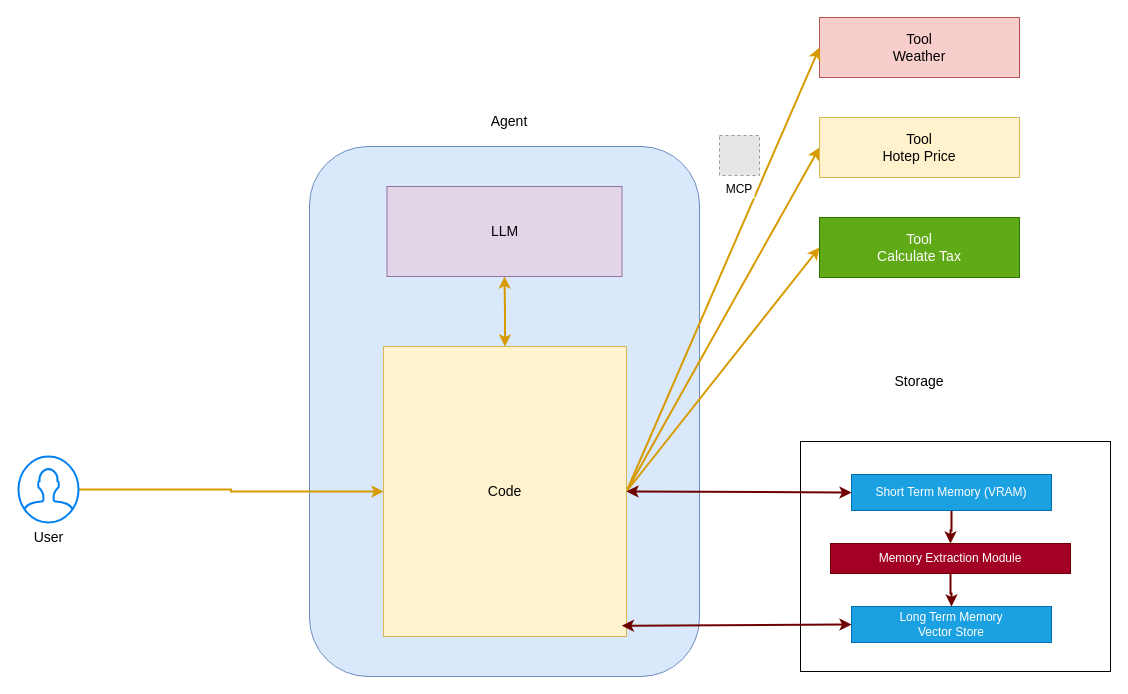
The draw.io diagram page "Page-3" (3 of 3) of Diagram.drawio in vinodrajs001/diagrams, before the edit. Source tidied: cells renumbered, new cells numbered last; positions are measured from the earlier drawing's top-left corner, leaving out a move shared by most shapes. Both pictures are drawn from the tidied source at 100%, with x=0, y=0 at pixel (18, 17). Pictures stored in the file or linked from it are replaced by grey dashed boxes.
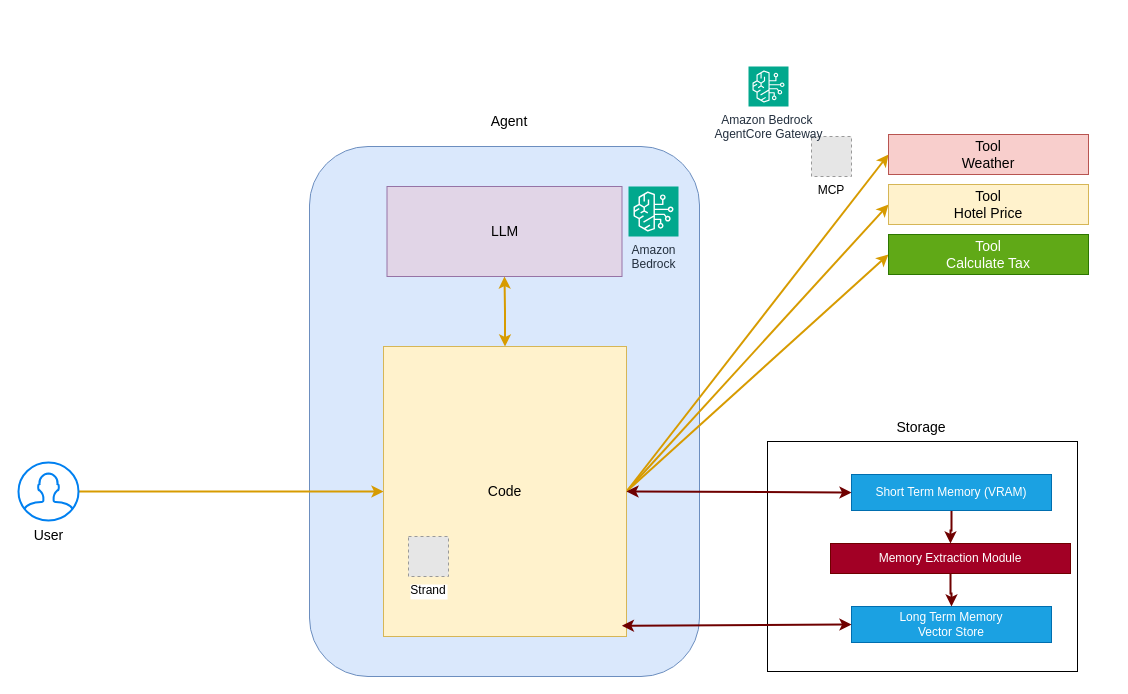
The same page after the edit.

What changed in the source:
```diff
@@
     <mxCell id="2" style="rounded=0;whiteSpace=wrap;html=1;" parent="1" vertex="1">
-      <mxGeometry x="782" y="424" width="310" height="230" as="geometry" />
+      <mxGeometry x="749" y="424" width="310" height="230" as="geometry" />
     </mxCell>
@@
     <mxCell id="7" value="User" style="html=1;verticalLabelPosition=bottom;align=center;labelBackgroundColor=#ffffff;verticalAlign=top;strokeWidth=2;strokeColor=#0080F0;shadow=0;dashed=0;shape=mxgraph.ios7.icons.user;fontSize=14;" parent="1" vertex="1">
-      <mxGeometry y="439" width="60" height="66" as="geometry" />
+      <mxGeometry y="445" width="60" height="58" as="geometry" />
     </mxCell>
     <mxCell id="8" value="Tool&lt;div&gt;Weather&lt;/div&gt;" style="rounded=0;whiteSpace=wrap;html=1;fillColor=#f8cecc;strokeColor=#b85450;fontSize=14;" parent="1" vertex="1">
-      <mxGeometry x="801" width="200" height="60" as="geometry" />
+      <mxGeometry x="870" y="117" width="200" height="40" as="geometry" />
     </mxCell>
@@
-    <mxCell id="14" value="Tool&lt;div&gt;Hotep Price&lt;/div&gt;" style="rounded=0;whiteSpace=wrap;html=1;fillColor=#fff2cc;strokeColor=#d6b656;fontSize=14;" parent="1" vertex="1">
-      <mxGeometry x="801" y="100" width="200" height="60" as="geometry" />
+    <mxCell id="14" value="Tool&lt;div&gt;Hotel Price&lt;/div&gt;" style="rounded=0;whiteSpace=wrap;html=1;fillColor=#fff2cc;strokeColor=#d6b656;fontSize=14;" parent="1" vertex="1">
+      <mxGeometry x="870" y="167" width="200" height="40" as="geometry" />
     </mxCell>
     <mxCell id="15" value="Tool&lt;div&gt;Calculate Tax&lt;/div&gt;" style="rounded=0;whiteSpace=wrap;html=1;fillColor=#60a917;strokeColor=#2D7600;fontSize=14;fontColor=#ffffff;" parent="1" vertex="1">
-      <mxGeometry x="801" y="200" width="200" height="60" as="geometry" />
+      <mxGeometry x="870" y="217" width="200" height="40" as="geometry" />
     </mxCell>
     <mxCell id="16" value="MCP" style="fillColor=#E6E6E6;strokeColor=#999999;dashed=1;verticalLabelPosition=bottom;labelBackgroundColor=default;verticalAlign=top;" parent="1" vertex="1">
-      <mxGeometry x="701" y="118" width="40" height="40" as="geometry" />
+      <mxGeometry x="793" y="119" width="40" height="40" as="geometry" />
     </mxCell>
@@
     <mxCell id="24" value="Storage" style="text;html=1;whiteSpace=wrap;strokeColor=none;fillColor=none;align=center;verticalAlign=middle;rounded=0;fontSize=14;" parent="1" vertex="1">
-      <mxGeometry x="871" y="349" width="60" height="30" as="geometry" />
+      <mxGeometry x="873" y="395" width="60" height="30" as="geometry" />
     </mxCell>
+    <mxCell id="25" value="Amazon&lt;div&gt;Bedrock&lt;/div&gt;" style="sketch=0;fontColor=#232F3E;fillColor=#01A88D;strokeColor=#ffffff;dashed=0;verticalLabelPosition=bottom;verticalAlign=top;align=center;html=1;fontSize=12;fontStyle=0;shape=mxgraph.aws4.resourceIcon;resIcon=mxgraph.aws4.bedrock;" parent="1" vertex="1">
+      <mxGeometry x="610" y="169" width="50" height="50" as="geometry" />
+    </mxCell>
+    <mxCell id="26" value="Strand" style="fillColor=#E6E6E6;strokeColor=#999999;dashed=1;verticalLabelPosition=bottom;labelBackgroundColor=default;verticalAlign=top;" parent="1" vertex="1">
+      <mxGeometry x="390" y="519" width="40" height="40" as="geometry" />
+    </mxCell>
+    <mxCell id="27" value="Amazon Bedrock&amp;nbsp;&lt;div&gt;AgentCore Gateway&lt;/div&gt;" style="sketch=0;fontColor=#232F3E;fillColor=#01A88D;strokeColor=#ffffff;dashed=0;verticalLabelPosition=bottom;verticalAlign=top;align=center;html=1;fontSize=12;fontStyle=0;shape=mxgraph.aws4.resourceIcon;resIcon=mxgraph.aws4.bedrock;" parent="1" vertex="1">
+      <mxGeometry x="730" y="49" width="40" height="40" as="geometry" />
+    </mxCell>
```
